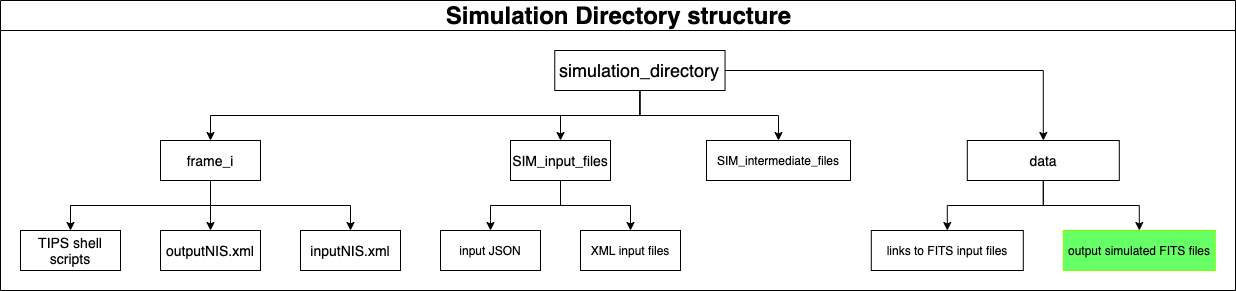
Above: figures/TIPS_usage-sir_runner_dir_structure.png in LucaPaganin/TIPS_Usage (draw.io), before the change. Source tidied: cells renumbered, new cells last; positions are measured from the earlier drawing's top-left corner, leaving out a move shared by most shapes.
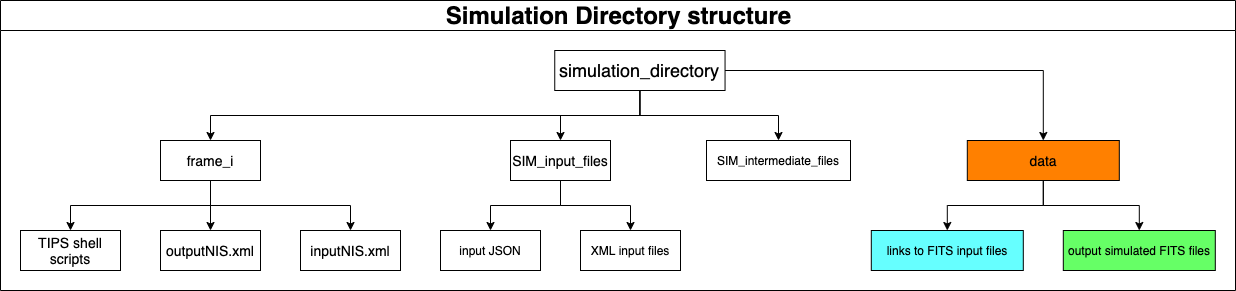
The same file after the commit.

The edit, as a diff of the source:
```diff
@@ -41,19 +41,19 @@
     <mxCell id="14" style="edgeStyle=orthogonalEdgeStyle;rounded=0;jettySize=auto;html=1;" parent="2" edge="1" source="3" target="15">
       <mxGeometry relative="1" as="geometry" />
     </mxCell>
-    <mxCell id="15" value="&lt;font style=&quot;font-size: 14px&quot;&gt;data&lt;/font&gt;" style="whiteSpace=wrap;html=1;" parent="2" vertex="1">
+    <mxCell id="15" value="&lt;font style=&quot;font-size: 14px&quot;&gt;data&lt;/font&gt;" style="whiteSpace=wrap;html=1;fillColor=#FF8000;" parent="2" vertex="1">
       <mxGeometry x="966.8" y="140" width="152" height="40" as="geometry" />
     </mxCell>
     <mxCell id="16" style="edgeStyle=orthogonalEdgeStyle;rounded=0;jettySize=auto;html=1;" parent="2" edge="1" source="15" target="17">
       <mxGeometry relative="1" as="geometry" />
     </mxCell>
-    <mxCell id="17" value="links to FITS input files" style="whiteSpace=wrap;html=1;" parent="2" vertex="1">
+    <mxCell id="17" value="links to FITS input files" style="whiteSpace=wrap;html=1;fillColor=#66FFFF;" parent="2" vertex="1">
       <mxGeometry x="870.8" y="230" width="152" height="40" as="geometry" />
     </mxCell>
     <mxCell id="18" style="edgeStyle=orthogonalEdgeStyle;rounded=0;jettySize=auto;html=1;" parent="2" edge="1" source="15" target="19">
       <mxGeometry relative="1" as="geometry" />
     </mxCell>
-    <mxCell id="19" value="output simulated FITS files" style="whiteSpace=wrap;html=1;strokeColor=#80FF00;fillColor=#66FF66;" parent="2" vertex="1">
+    <mxCell id="19" value="output simulated FITS files" style="whiteSpace=wrap;html=1;strokeColor=#000000;fillColor=#66FF66;" parent="2" vertex="1">
       <mxGeometry x="1062.8" y="230" width="152" height="40" as="geometry" />
     </mxCell>
     <mxCell id="20" style="edgeStyle=elbowEdgeStyle;elbow=vertical;html=1;rounded=0;" parent="2" edge="1" source="4" target="21">
```
